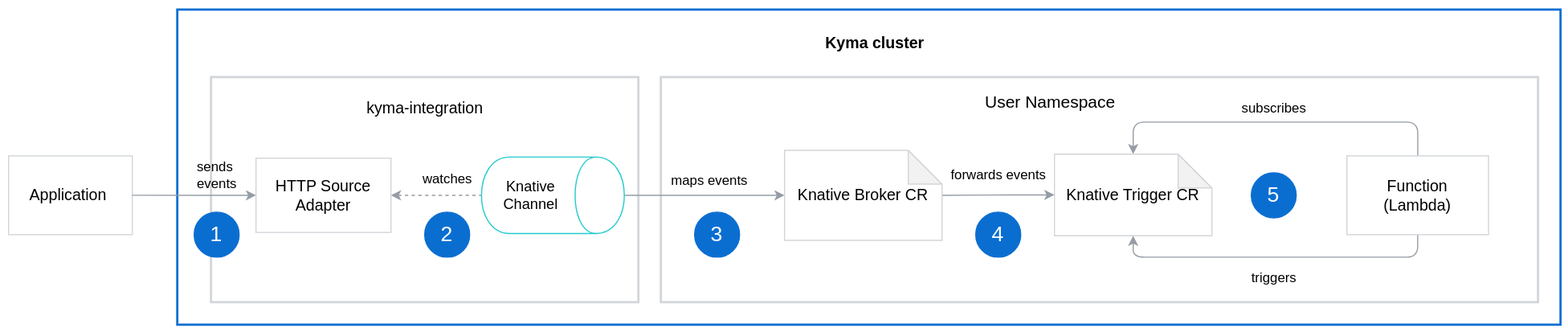
Before: docs/eventing-mesh/assets/eventing-mesh-flow.svg, a diagram exported from draw.io (kyma-project/kyma). Source tidied: cells renumbered, new cells last; positions are measured from the earlier drawing's top-left corner, leaving out a move shared by most shapes.
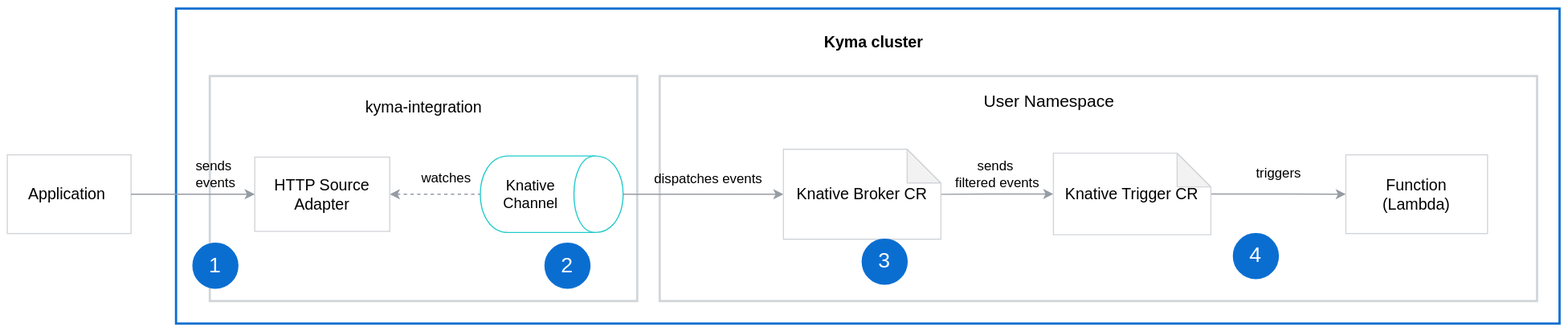
The same diagram one commit later.

Commit message:
add even more content

What changed in the source:
```diff
@@ -11,93 +11,74 @@
     <mxCell id="4" value="&lt;font style=&quot;font-size: 15px&quot;&gt;User Namespace&lt;/font&gt;" style="text;html=1;strokeColor=none;fillColor=none;align=center;verticalAlign=middle;whiteSpace=wrap;rounded=0;" parent="1" vertex="1">
       <mxGeometry x="840" y="77.5" width="173" height="9.5" as="geometry" />
     </mxCell>
-    <mxCell id="5" style="edgeStyle=orthogonalEdgeStyle;rounded=1;jettySize=auto;html=1;strokeColor=#959CA4;entryX=0.5;entryY=0;entryDx=0;entryDy=0;entryPerimeter=0;" parent="1" edge="1" source="7" target="29">
-      <mxGeometry relative="1" as="geometry">
-        <Array as="points">
-          <mxPoint x="1253" y="100" />
-          <mxPoint x="1000" y="100" />
-        </Array>
-      </mxGeometry>
+    <mxCell id="5" value="&lt;span style=&quot;font-size: 14px&quot;&gt;Function&lt;br&gt;(Lambda)&lt;br&gt;&lt;/span&gt;" style="rounded=0;whiteSpace=wrap;html=1;strokeColor=#D2D5D9;strokeWidth=1;fillColor=#ffffff;direction=south;" parent="1" vertex="1">
+      <mxGeometry x="1190" y="130" width="126" height="70" as="geometry" />
     </mxCell>
-    <mxCell id="6" style="edgeStyle=orthogonalEdgeStyle;rounded=1;jettySize=auto;html=1;exitX=1;exitY=0.5;exitDx=0;exitDy=0;strokeColor=#959CA4;" parent="1" edge="1" source="7" target="29">
-      <mxGeometry relative="1" as="geometry">
-        <Array as="points">
-          <mxPoint x="1253" y="220" />
-          <mxPoint x="1000" y="220" />
-        </Array>
-      </mxGeometry>
+    <mxCell id="6" style="group;fillColor=none;strokeColor=#D2D5D9;strokeWidth=2;verticalAlign=top;" parent="1" vertex="1">
+      <mxGeometry x="180" y="60" width="380" height="200" as="geometry" />
     </mxCell>
-    <mxCell id="7" value="&lt;span style=&quot;font-size: 14px&quot;&gt;Function&lt;br&gt;(Lambda)&lt;br&gt;&lt;/span&gt;" style="rounded=0;whiteSpace=wrap;html=1;strokeColor=#D2D5D9;strokeWidth=1;fillColor=#ffffff;direction=south;" parent="1" vertex="1">
-      <mxGeometry x="1190" y="130" width="126" height="70" as="geometry" />
+    <mxCell id="7" value="&lt;font style=&quot;font-size: 14px&quot;&gt;kyma-integration&lt;/font&gt;" style="text;html=1;align=center;verticalAlign=middle;points=[];" parent="1" vertex="1">
+      <mxGeometry x="310" y="77.5" width="120" height="20" as="geometry" />
     </mxCell>
-    <mxCell id="8" style="group;fillColor=none;strokeColor=#D2D5D9;strokeWidth=2;verticalAlign=top;" parent="1" vertex="1">
-      <mxGeometry x="180" y="60" width="380" height="200" as="geometry" />
+    <mxCell id="8" style="group;fillColor=none;strokeColor=#0A6ED1;strokeWidth=2;verticalAlign=top;" parent="1" vertex="1">
+      <mxGeometry x="150" width="1230" height="280" as="geometry" />
     </mxCell>
-    <mxCell id="9" value="&lt;font style=&quot;font-size: 14px&quot;&gt;kyma-integration&lt;/font&gt;" style="text;html=1;align=center;verticalAlign=middle;" parent="1" vertex="1">
-      <mxGeometry x="310" y="77.5" width="120" height="20" as="geometry" />
+    <mxCell id="9" value="&lt;font color=&quot;#000000&quot; style=&quot;font-size: 14px&quot;&gt;&lt;b&gt;Kyma cluster&lt;/b&gt;&lt;/font&gt;" style="text;html=1;align=center;verticalAlign=middle;fontColor=#D2D5D9;" parent="1" vertex="1">
+      <mxGeometry x="720" y="20" width="100" height="20" as="geometry" />
     </mxCell>
-    <mxCell id="10" style="group;fillColor=none;strokeColor=#0A6ED1;strokeWidth=2;verticalAlign=top;" parent="1" vertex="1">
-      <mxGeometry x="150" width="1230" height="280" as="geometry" />
+    <mxCell id="10" style="edgeStyle=orthogonalEdgeStyle;rounded=0;jettySize=auto;html=1;strokeColor=#959CA4;endArrow=none;endFill=0;startArrow=classic;startFill=1;dashed=1;" parent="1" edge="1" source="11" target="14">
+      <mxGeometry relative="1" as="geometry" />
     </mxCell>
-    <mxCell id="11" value="&lt;font color=&quot;#000000&quot; style=&quot;font-size: 14px&quot;&gt;&lt;b&gt;Kyma cluster&lt;/b&gt;&lt;/font&gt;" style="text;html=1;align=center;verticalAlign=middle;points=[];fontColor=#D2D5D9;" parent="1" vertex="1">
-      <mxGeometry x="720" y="20" width="100" height="20" as="geometry" />
+    <mxCell id="11" value="&lt;font&gt;&lt;font style=&quot;font-size: 14px&quot;&gt;HTTP Source&lt;br&gt;&lt;/font&gt;&lt;font style=&quot;font-size: 14px&quot;&gt;Adapter&lt;/font&gt;&lt;br&gt;&lt;/font&gt;" style="rounded=0;whiteSpace=wrap;html=1;strokeColor=#D2D5D9;labelBackgroundColor=none;fillColor=none;strokeWidth=1;" parent="1" vertex="1">
+      <mxGeometry x="220" y="132.1" width="120" height="66" as="geometry" />
     </mxCell>
-    <mxCell id="12" style="edgeStyle=orthogonalEdgeStyle;rounded=0;jettySize=auto;html=1;strokeColor=#959CA4;endArrow=none;endFill=0;startArrow=classic;startFill=1;dashed=1;" parent="1" edge="1" source="13" target="16">
+    <mxCell id="12" style="edgeStyle=orthogonalEdgeStyle;rounded=1;jettySize=auto;html=1;exitX=1;exitY=0.5;exitDx=0;exitDy=0;entryX=0;entryY=0.5;entryDx=0;entryDy=0;strokeColor=#959CA4;fontColor=#D2D5D9;" parent="1" edge="1" source="3" target="11">
       <mxGeometry relative="1" as="geometry" />
     </mxCell>
-    <mxCell id="13" value="&lt;font&gt;&lt;font style=&quot;font-size: 14px&quot;&gt;HTTP Source&lt;br&gt;&lt;/font&gt;&lt;font style=&quot;font-size: 14px&quot;&gt;Adapter&lt;/font&gt;&lt;br&gt;&lt;/font&gt;" style="rounded=0;whiteSpace=wrap;html=1;strokeColor=#D2D5D9;labelBackgroundColor=none;fillColor=none;strokeWidth=1;" parent="1" vertex="1">
-      <mxGeometry x="220" y="132.1" width="120" height="66" as="geometry" />
+    <mxCell id="13" style="edgeStyle=orthogonalEdgeStyle;rounded=0;jettySize=auto;html=1;entryX=0;entryY=0.5;entryDx=0;entryDy=0;strokeColor=#959CA4;entryPerimeter=0;" parent="1" edge="1" source="14" target="25">
+      <mxGeometry relative="1" as="geometry" />
     </mxCell>
-    <mxCell id="14" style="edgeStyle=orthogonalEdgeStyle;rounded=1;jettySize=auto;html=1;exitX=1;exitY=0.5;exitDx=0;exitDy=0;entryX=0;entryY=0.5;entryDx=0;entryDy=0;strokeColor=#959CA4;fontColor=#D2D5D9;" parent="1" edge="1" source="3" target="13">
-      <mxGeometry relative="1" as="geometry" />
+    <mxCell id="14" value="&lt;font style=&quot;font-size: 13px&quot;&gt;Knative Channel&lt;/font&gt;" style="shape=cylinder;whiteSpace=wrap;html=1;boundedLbl=1;backgroundOutline=1;rotation=90;horizontal=0;strokeColor=#24CACC;fillColor=none;" parent="1" vertex="1">
+      <mxGeometry x="450" y="101.6" width="68" height="127" as="geometry" />
     </mxCell>
-    <mxCell id="15" style="edgeStyle=orthogonalEdgeStyle;rounded=0;jettySize=auto;html=1;entryX=0;entryY=0.5;entryDx=0;entryDy=0;strokeColor=#959CA4;entryPerimeter=0;" parent="1" edge="1" source="16" target="30">
-      <mxGeometry relative="1" as="geometry" />
+    <mxCell id="15" value="sends&amp;nbsp;&lt;br&gt;events" style="text;html=1;align=center;verticalAlign=middle;" parent="1" vertex="1">
+      <mxGeometry x="160" y="132.1" width="50" height="30" as="geometry" />
     </mxCell>
-    <mxCell id="16" value="&lt;font style=&quot;font-size: 13px&quot;&gt;Knative Channel&lt;/font&gt;" style="shape=cylinder;whiteSpace=wrap;html=1;boundedLbl=1;backgroundOutline=1;rotation=90;horizontal=0;strokeColor=#24CACC;fillColor=none;" parent="1" vertex="1">
-      <mxGeometry x="450" y="101.6" width="68" height="127" as="geometry" />
+    <mxCell id="16" value="watches" style="text;html=1;align=center;verticalAlign=middle;points=[];" parent="1" vertex="1">
+      <mxGeometry x="360" y="141" width="60" height="20" as="geometry" />
     </mxCell>
-    <mxCell id="17" value="sends&amp;nbsp;&lt;br&gt;events" style="text;html=1;align=center;verticalAlign=middle;" parent="1" vertex="1">
-      <mxGeometry x="160" y="132.1" width="50" height="30" as="geometry" />
+    <mxCell id="17" value="dispatches events" style="text;html=1;align=center;verticalAlign=middle;" parent="1" vertex="1">
+      <mxGeometry x="568" y="142.1" width="110" height="20" as="geometry" />
     </mxCell>
-    <mxCell id="18" value="watches" style="text;html=1;align=center;verticalAlign=middle;" parent="1" vertex="1">
-      <mxGeometry x="360" y="141" width="60" height="20" as="geometry" />
+    <mxCell id="18" value="sends&amp;nbsp;&lt;br&gt;filtered events" style="text;html=1;align=center;verticalAlign=middle;" parent="1" vertex="1">
+      <mxGeometry x="835" y="132.1" width="90" height="30" as="geometry" />
     </mxCell>
-    <mxCell id="19" value="maps events" style="text;html=1;align=center;verticalAlign=middle;" parent="1" vertex="1">
-      <mxGeometry x="583" y="142.1" width="80" height="20" as="geometry" />
+    <mxCell id="19" value="&lt;font color=&quot;#ffffff&quot; style=&quot;font-size: 19px&quot;&gt;1&lt;/font&gt;" style="ellipse;whiteSpace=wrap;html=1;strokeColor=#0A6ED1;fillColor=#0A6ED1;" parent="1" vertex="1">
+      <mxGeometry x="165" y="208.6" width="40" height="40" as="geometry" />
     </mxCell>
-    <mxCell id="20" value="subscribes" style="text;html=1;align=center;verticalAlign=middle;" parent="1" vertex="1">
-      <mxGeometry x="1090" y="77.5" width="70" height="20" as="geometry" />
+    <mxCell id="20" value="&lt;font color=&quot;#ffffff&quot; style=&quot;font-size: 19px&quot;&gt;2&lt;/font&gt;&lt;span style=&quot;color: rgba(0 , 0 , 0 , 0) ; font-family: monospace ; font-size: 0px ; white-space: nowrap&quot;&gt;%3CmxGraphModel%3E%3Croot%3E%3CmxCell%20id%3D%220%22%2F%3E%3CmxCell%20id%3D%221%22%20parent%3D%220%22%2F%3E%3CmxCell%20id%3D%222%22%20value%3D%22%26lt%3Bfont%20color%3D%26quot%3B%23ffffff%26quot%3B%20style%3D%26quot%3Bfont-size%3A%2019px%26quot%3B%26gt%3B1%26lt%3B%2Ffont%26gt%3B%22%20style%3D%22ellipse%3BwhiteSpace%3Dwrap%3Bhtml%3D1%3BstrokeColor%3D%230A6ED1%3BfillColor%3D%230A6ED1%3B%22%20vertex%3D%221%22%20parent%3D%221%22%3E%3CmxGeometry%20x%3D%22185%22%20y%3D%22220%22%20width%3D%2240%22%20height%3D%2240%22%20as%3D%22geometry%22%2F%3E%3C%2FmxCell%3E%3C%2Froot%3E%3C%2FmxGraphModel%3E&lt;/span&gt;" style="ellipse;whiteSpace=wrap;html=1;strokeColor=#0A6ED1;fillColor=#0A6ED1;" parent="1" vertex="1">
+      <mxGeometry x="478" y="208.6" width="40" height="40" as="geometry" />
     </mxCell>
-    <mxCell id="21" value="triggers" style="text;html=1;align=center;verticalAlign=middle;" parent="1" vertex="1">
-      <mxGeometry x="1095" y="228.6" width="60" height="20" as="geometry" />
+    <mxCell id="21" value="&lt;font color=&quot;#ffffff&quot;&gt;&lt;span style=&quot;font-size: 19px&quot;&gt;4&lt;/span&gt;&lt;/font&gt;" style="ellipse;whiteSpace=wrap;html=1;strokeColor=#0A6ED1;fillColor=#0A6ED1;" parent="1" vertex="1">
+      <mxGeometry x="1090" y="200" width="40" height="40" as="geometry" />
     </mxCell>
-    <mxCell id="22" value="forwards events" style="text;html=1;align=center;verticalAlign=middle;" parent="1" vertex="1">
-      <mxGeometry x="830" y="137.1" width="100" height="20" as="geometry" />
+    <mxCell id="22" style="edgeStyle=orthogonalEdgeStyle;rounded=1;jettySize=auto;html=1;startArrow=classic;startFill=1;endArrow=none;endFill=0;strokeColor=#959CA4;" parent="1" edge="1" source="24" target="25">
+      <mxGeometry relative="1" as="geometry" />
     </mxCell>
-    <mxCell id="23" value="&lt;font color=&quot;#ffffff&quot; style=&quot;font-size: 19px&quot;&gt;1&lt;/font&gt;" style="ellipse;whiteSpace=wrap;html=1;strokeColor=#0A6ED1;fillColor=#0A6ED1;" parent="1" vertex="1">
-      <mxGeometry x="165" y="180" width="40" height="40" as="geometry" />
+    <mxCell id="23" style="edgeStyle=orthogonalEdgeStyle;rounded=1;jettySize=auto;html=1;entryX=0.5;entryY=1;entryDx=0;entryDy=0;startArrow=none;startFill=0;endArrow=classic;endFill=1;strokeColor=#959CA4;" parent="1" edge="1" source="24" target="5">
+      <mxGeometry relative="1" as="geometry" />
     </mxCell>
-    <mxCell id="24" value="&lt;font color=&quot;#ffffff&quot; style=&quot;font-size: 19px&quot;&gt;2&lt;/font&gt;&lt;span style=&quot;color: rgba(0 , 0 , 0 , 0) ; font-family: monospace ; font-size: 0px ; white-space: nowrap&quot;&gt;%3CmxGraphModel%3E%3Croot%3E%3CmxCell%20id%3D%220%22%2F%3E%3CmxCell%20id%3D%221%22%20parent%3D%220%22%2F%3E%3CmxCell%20id%3D%222%22%20value%3D%22%26lt%3Bfont%20color%3D%26quot%3B%23ffffff%26quot%3B%20style%3D%26quot%3Bfont-size%3A%2019px%26quot%3B%26gt%3B1%26lt%3B%2Ffont%26gt%3B%22%20style%3D%22ellipse%3BwhiteSpace%3Dwrap%3Bhtml%3D1%3BstrokeColor%3D%230A6ED1%3BfillColor%3D%230A6ED1%3B%22%20vertex%3D%221%22%20parent%3D%221%22%3E%3CmxGeometry%20x%3D%22185%22%20y%3D%22220%22%20width%3D%2240%22%20height%3D%2240%22%20as%3D%22geometry%22%2F%3E%3C%2FmxCell%3E%3C%2Froot%3E%3C%2FmxGraphModel%3E&lt;/span&gt;" style="ellipse;whiteSpace=wrap;html=1;strokeColor=#0A6ED1;fillColor=#0A6ED1;" parent="1" vertex="1">
-      <mxGeometry x="370" y="180" width="40" height="40" as="geometry" />
+    <mxCell id="24" value="&lt;font style=&quot;font-size: 14px&quot;&gt;Knative Trigger CR&lt;/font&gt;" style="shape=note;whiteSpace=wrap;html=1;backgroundOutline=1;darkOpacity=0.05;strokeColor=#D2D5D9;fillColor=#FFFFFF;gradientColor=none;" parent="1" vertex="1">
+      <mxGeometry x="930" y="128.5" width="140" height="72.5" as="geometry" />
     </mxCell>
-    <mxCell id="25" value="&lt;font color=&quot;#ffffff&quot;&gt;&lt;span style=&quot;font-size: 19px&quot;&gt;3&lt;/span&gt;&lt;/font&gt;" style="ellipse;whiteSpace=wrap;html=1;strokeColor=#0A6ED1;fillColor=#0A6ED1;" parent="1" vertex="1">
-      <mxGeometry x="610" y="180" width="40" height="40" as="geometry" />
+    <mxCell id="25" value="&lt;font style=&quot;font-size: 14px&quot;&gt;Knative Broker CR&lt;/font&gt;" style="shape=note;whiteSpace=wrap;html=1;backgroundOutline=1;darkOpacity=0.05;strokeColor=#D2D5D9;fillColor=#FFFFFF;gradientColor=none;" parent="1" vertex="1">
+      <mxGeometry x="690" y="125.1" width="140" height="80" as="geometry" />
     </mxCell>
-    <mxCell id="26" value="&lt;font color=&quot;#ffffff&quot;&gt;&lt;span style=&quot;font-size: 19px&quot;&gt;4&lt;/span&gt;&lt;/font&gt;" style="ellipse;whiteSpace=wrap;html=1;strokeColor=#0A6ED1;fillColor=#0A6ED1;" parent="1" vertex="1">
-      <mxGeometry x="860" y="180" width="40" height="40" as="geometry" />
+    <mxCell id="26" value="triggers" style="text;html=1;align=center;verticalAlign=middle;" parent="1" vertex="1">
+      <mxGeometry x="1100" y="137.1" width="60" height="20" as="geometry" />
     </mxCell>
-    <mxCell id="27" value="&lt;font color=&quot;#ffffff&quot;&gt;&lt;span style=&quot;font-size: 19px&quot;&gt;5&lt;/span&gt;&lt;/font&gt;" style="ellipse;whiteSpace=wrap;html=1;strokeColor=#0A6ED1;fillColor=#0A6ED1;" parent="1" vertex="1">
-      <mxGeometry x="1105" y="145.1" width="40" height="40" as="geometry" />
+    <mxCell id="27" value="&lt;font color=&quot;#ffffff&quot;&gt;&lt;span style=&quot;font-size: 19px&quot;&gt;3&lt;/span&gt;&lt;/font&gt;" style="ellipse;whiteSpace=wrap;html=1;strokeColor=#0A6ED1;fillColor=#0A6ED1;" parent="1" vertex="1">
+      <mxGeometry x="760" y="205.1" width="40" height="40" as="geometry" />
     </mxCell>
-    <mxCell id="28" style="edgeStyle=orthogonalEdgeStyle;rounded=1;jettySize=auto;html=1;startArrow=classic;startFill=1;endArrow=none;endFill=0;strokeColor=#959CA4;" parent="1" edge="1" source="29" target="30">
-      <mxGeometry relative="1" as="geometry" />
-    </mxCell>
-    <mxCell id="29" value="&lt;font style=&quot;font-size: 14px&quot;&gt;Knative Trigger CR&lt;/font&gt;" style="shape=note;whiteSpace=wrap;html=1;backgroundOutline=1;darkOpacity=0.05;strokeColor=#D2D5D9;fillColor=#FFFFFF;gradientColor=none;" parent="1" vertex="1">
-      <mxGeometry x="930" y="128.5" width="140" height="72.5" as="geometry" />
-    </mxCell>
-    <mxCell id="30" value="&lt;font style=&quot;font-size: 14px&quot;&gt;Knative Broker CR&lt;/font&gt;" style="shape=note;whiteSpace=wrap;html=1;backgroundOutline=1;darkOpacity=0.05;strokeColor=#D2D5D9;fillColor=#FFFFFF;gradientColor=none;" parent="1" vertex="1">
-      <mxGeometry x="690" y="125.1" width="140" height="80" as="geometry" />
-    </mxCell>
   </root>
 </mxGraphModel>
```
